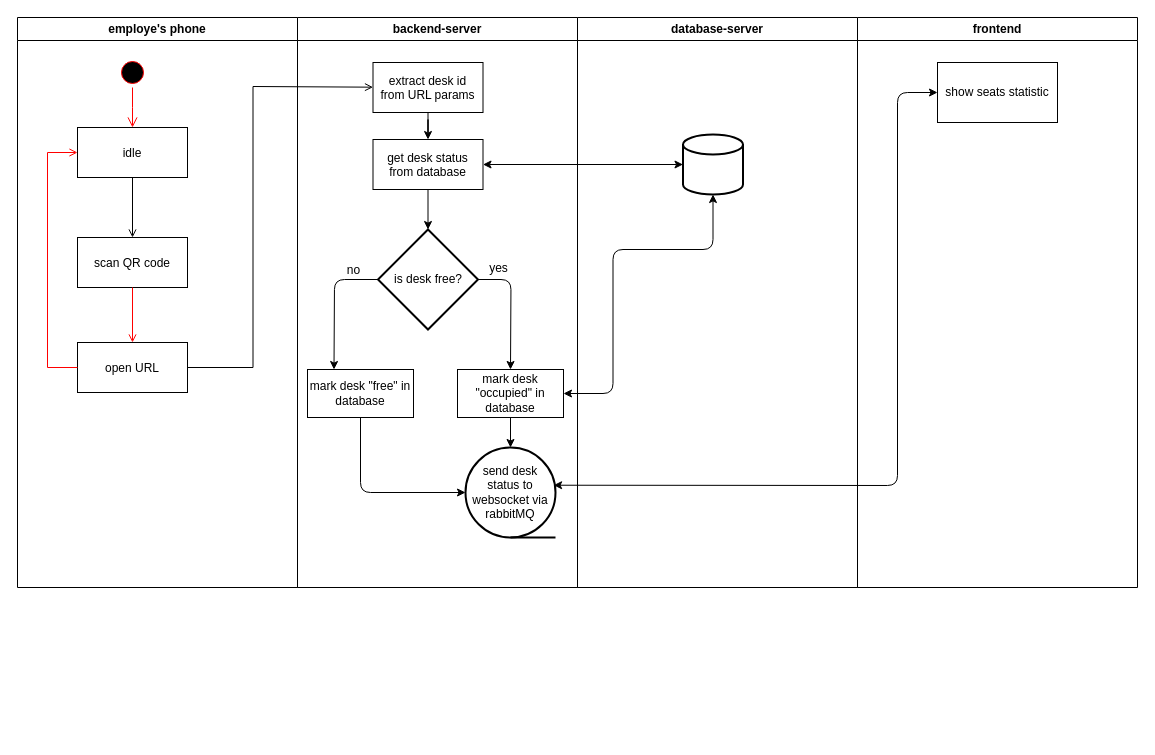
Above: general-diagram.drawio in Hunkizzz/project-zebra-diagrams (draw.io), before the change. Source tidied: cells renumbered, new cells numbered last; positions are measured from the earlier drawing's top-left corner, leaving out a move shared by most shapes. Both pictures are drawn from the tidied source at 100%, with x=0, y=0 at pixel (17, 17).
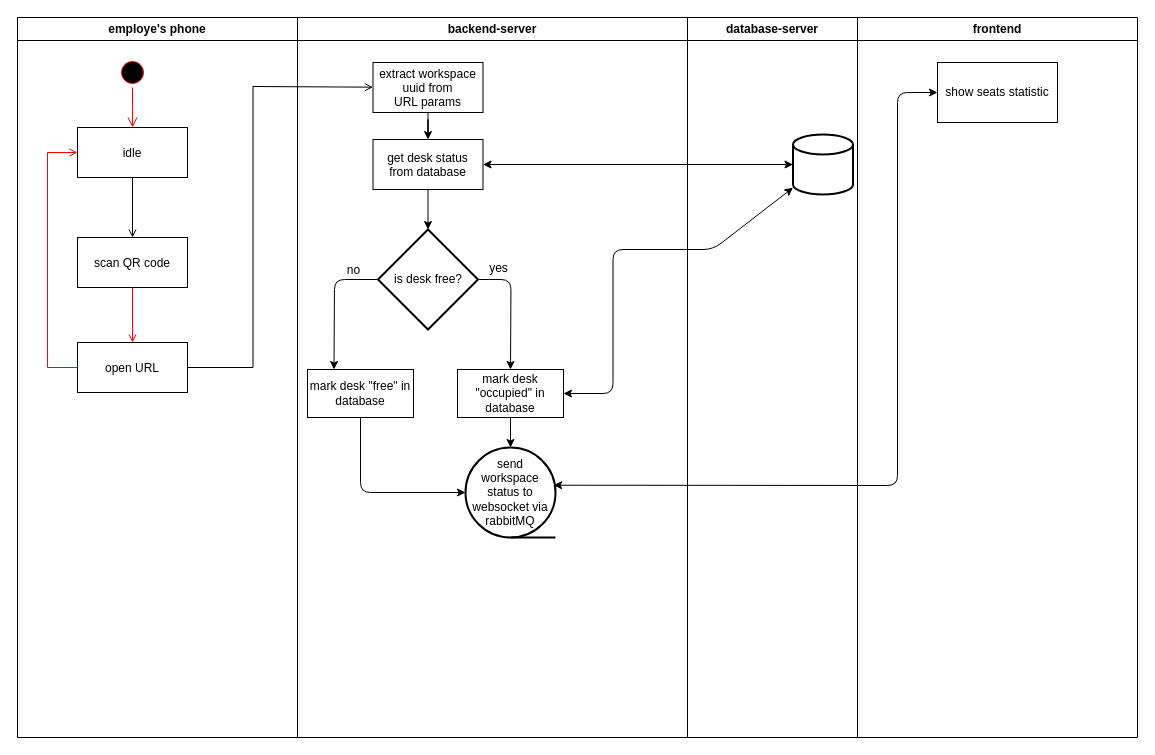
After the change.

The edit, as a diff of the source:
```diff
@@
     <mxCell id="2" value="employe's phone" style="swimlane;whiteSpace=wrap;" parent="1" vertex="1">
-      <mxGeometry width="280" height="570" as="geometry" />
+      <mxGeometry width="280" height="720" as="geometry" />
     </mxCell>
@@
     <mxCell id="11" value="backend-server" style="swimlane;whiteSpace=wrap;" parent="1" vertex="1">
-      <mxGeometry x="280" width="280" height="570" as="geometry" />
+      <mxGeometry x="280" width="390" height="720" as="geometry" />
     </mxCell>
@@
-    <mxCell id="14" value="extract desk id &#10;from URL params" parent="11" vertex="1">
+    <mxCell id="14" value="extract workspace &#10;uuid from &#10;URL params" parent="11" vertex="1">
       <mxGeometry x="75.5" y="45" width="110" height="50" as="geometry" />
     </mxCell>
@@
-    <mxCell id="23" value="&lt;span style=&quot;white-space: normal&quot;&gt;send desk status to websocket via rabbitMQ&lt;/span&gt;" style="strokeWidth=2;html=1;shape=mxgraph.flowchart.sequential_data;whiteSpace=wrap;" parent="11" vertex="1">
+    <mxCell id="23" value="&lt;span style=&quot;white-space: normal&quot;&gt;send &lt;br&gt;workspace status to websocket via rabbitMQ&lt;/span&gt;" style="strokeWidth=2;html=1;shape=mxgraph.flowchart.sequential_data;whiteSpace=wrap;" parent="11" vertex="1">
       <mxGeometry x="168" y="430" width="90" height="90" as="geometry" />
     </mxCell>
@@
     <mxCell id="26" value="database-server" style="swimlane;whiteSpace=wrap;" parent="1" vertex="1">
-      <mxGeometry x="560" width="280" height="570" as="geometry" />
+      <mxGeometry x="670" width="170" height="720" as="geometry" />
     </mxCell>
@@
     <mxCell id="28" value="frontend" style="swimlane;whiteSpace=wrap;" parent="1" vertex="1">
-      <mxGeometry x="840" width="280" height="570" as="geometry" />
+      <mxGeometry x="840" width="280" height="720" as="geometry" />
     </mxCell>
```
